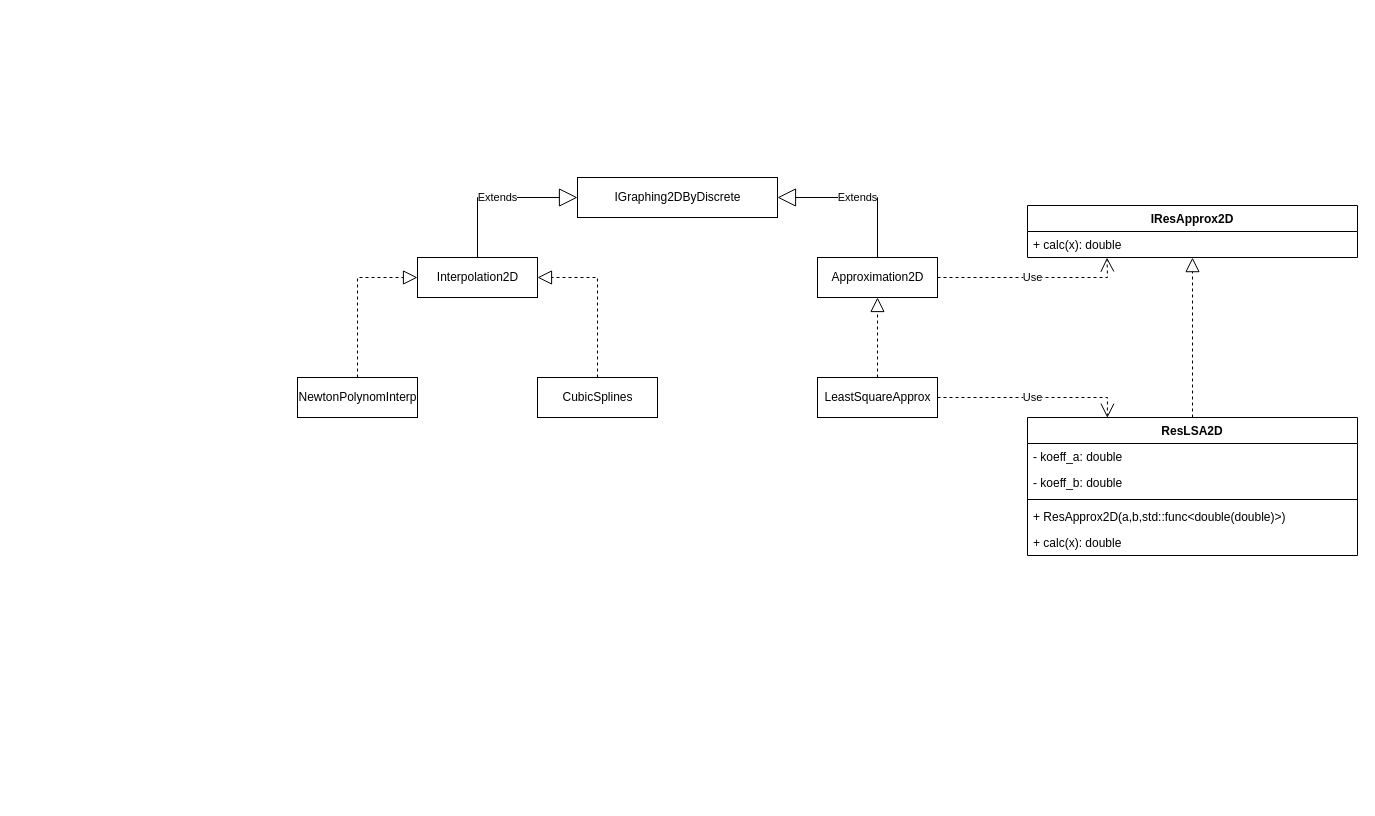
Above: ProjectDiagramm.drawio in Ulqiora/Interpolation_and_approximation (draw.io), before the change. Source tidied: cells renumbered, new cells numbered last; positions are measured from the earlier drawing's top-left corner, leaving out a move shared by most shapes. Both pictures are drawn from the tidied source at 100%, with x=0, y=0 at pixel (297, 177).
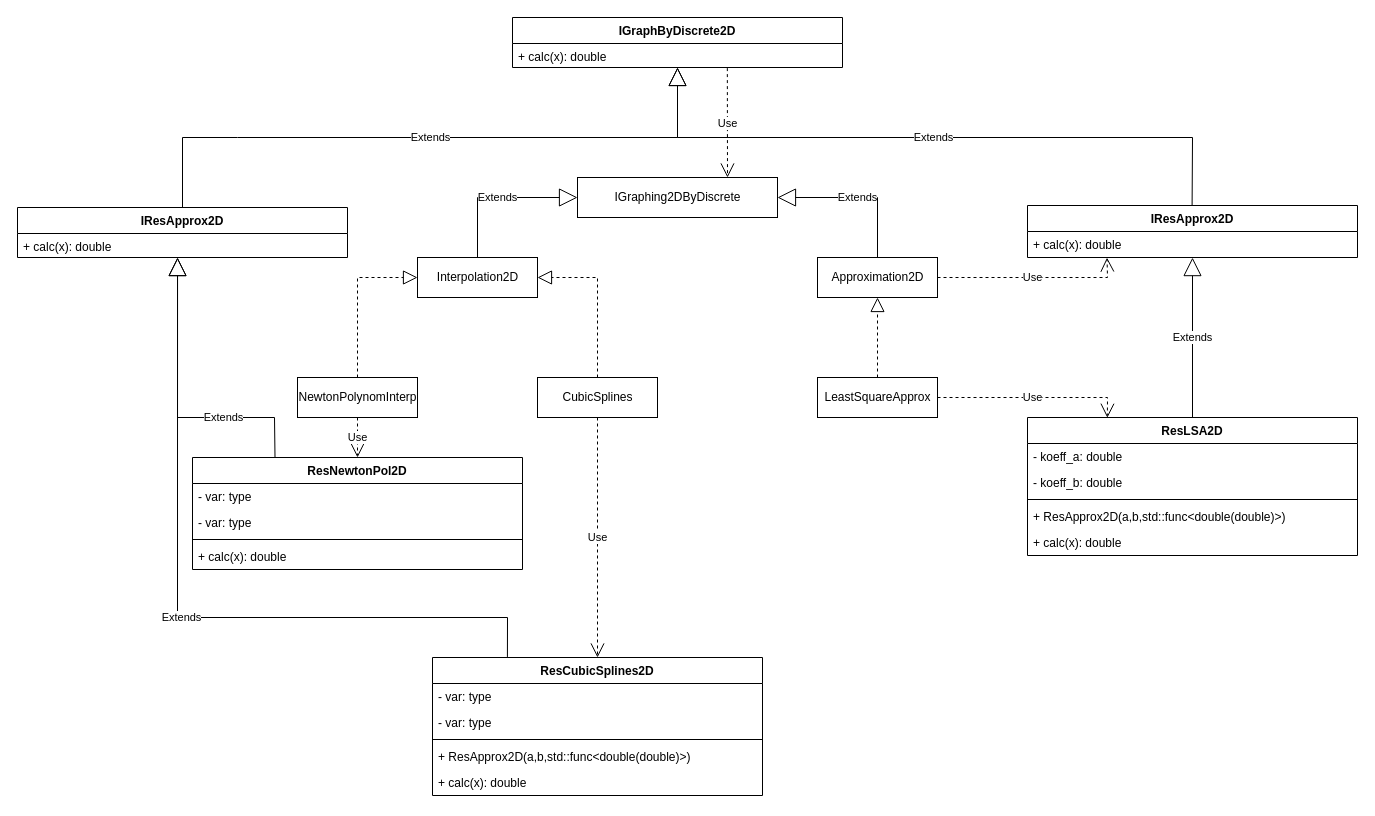
Above is the later version.

The change refers to these unchanged cells:
```xml
<mxCell id="2" value="IGraphing2DByDiscrete" style="html=1;" parent="1" vertex="1">
  <mxGeometry x="280" width="200" height="40" as="geometry" />
</mxCell>
<mxCell id="6" value="NewtonPolynomInterp" style="html=1;" parent="1" vertex="1">
  <mxGeometry y="200" width="120" height="40" as="geometry" />
</mxCell>
<mxCell id="9" value="CubicSplines" style="html=1;" parent="1" vertex="1">
  <mxGeometry x="240" y="200" width="120" height="40" as="geometry" />
</mxCell>
<mxCell id="13" value="ResLSA2D" style="swimlane;fontStyle=1;align=center;verticalAlign=top;horizontal=1;startSize=26;" parent="1" vertex="1">
  <mxGeometry x="730" y="240" width="330" height="138" as="geometry" />
</mxCell>
<mxCell id="21" value="+ calc(x): double" style="text;strokeColor=none;fillColor=none;align=left;verticalAlign=top;spacingLeft=4;spacingRight=4;overflow=hidden;points=[[0,0.5],[1,0.5]];portConstraint=eastwest;" parent="20" vertex="1">
  <mxGeometry y="26" width="330" height="26" as="geometry" />
</mxCell>
```

The edit, as a diff of the source:
```diff
@@
+    <mxCell id="24" value="IGraphByDiscrete2D" style="swimlane;fontStyle=1;align=center;verticalAlign=top;horizontal=1;startSize=26;" parent="1" vertex="1">
+      <mxGeometry x="215" y="-160" width="330" height="50" as="geometry" />
+    </mxCell>
+    <mxCell id="25" value="+ calc(x): double" style="text;strokeColor=none;fillColor=none;align=left;verticalAlign=top;spacingLeft=4;spacingRight=4;overflow=hidden;points=[[0,0.5],[1,0.5]];portConstraint=eastwest;" parent="24" vertex="1">
+      <mxGeometry y="26" width="330" height="24" as="geometry" />
+    </mxCell>
-    <mxCell id="23" style="endArrow=block;dashed=1;endFill=0;endSize=12;html=1;rounded=0;entryX=0.5;entryY=1.004;entryDx=0;entryDy=0;exitX=0.5;exitY=0;exitDx=0;exitDy=0;entryPerimeter=0;" parent="1" edge="1" source="13" target="21">
+    <mxCell id="23" value="Extends" style="endArrow=block;endSize=16;endFill=0;html=1;rounded=0;entryX=0.5;entryY=1.003;entryDx=0;entryDy=0;entryPerimeter=0;exitX=0.5;exitY=0;exitDx=0;exitDy=0;" parent="1" edge="1" source="13" target="21">
       <mxGeometry relative="1" as="geometry" />
     </mxCell>
+    <mxCell id="26" value="Extends" style="endArrow=block;endSize=16;endFill=0;html=1;rounded=0;entryX=0.5;entryY=0.999;entryDx=0;entryDy=0;entryPerimeter=0;exitX=0.5;exitY=0;exitDx=0;exitDy=0;" parent="1" edge="1" target="25">
+      <mxGeometry relative="1" as="geometry">
+        <mxPoint x="894.6" y="28" as="sourcePoint" />
+        <Array as="points">
+          <mxPoint x="895" y="-40" />
+          <mxPoint x="380" y="-40" />
+        </Array>
+      </mxGeometry>
+    </mxCell>
+    <mxCell id="27" value="ResNewtonPol2D" style="swimlane;fontStyle=1;align=center;verticalAlign=top;horizontal=1;startSize=26;" parent="1" vertex="1">
+      <mxGeometry x="-105" y="280" width="330" height="112" as="geometry" />
+    </mxCell>
+    <mxCell id="28" value="- var: type" style="text;strokeColor=none;fillColor=none;align=left;verticalAlign=top;spacingLeft=4;spacingRight=4;overflow=hidden;" parent="27" vertex="1">
+      <mxGeometry y="26" width="330" height="26" as="geometry" />
+    </mxCell>
+    <mxCell id="29" value="- var: type" style="text;strokeColor=none;fillColor=none;align=left;verticalAlign=top;spacingLeft=4;spacingRight=4;overflow=hidden;" parent="27" vertex="1">
+      <mxGeometry y="52" width="330" height="26" as="geometry" />
+    </mxCell>
+    <mxCell id="30" style="line;strokeWidth=1;fillColor=none;align=left;verticalAlign=middle;spacingTop=-1;spacingLeft=3;spacingRight=3;labelPosition=right;strokeColor=inherit;" parent="27" vertex="1">
+      <mxGeometry y="78" width="330" height="8" as="geometry" />
+    </mxCell>
+    <mxCell id="31" value="+ calc(x): double" style="text;strokeColor=none;fillColor=none;align=left;verticalAlign=top;spacingLeft=4;spacingRight=4;overflow=hidden;" parent="27" vertex="1">
+      <mxGeometry y="86" width="330" height="26" as="geometry" />
+    </mxCell>
+    <mxCell id="32" value="ResCubicSplines2D" style="swimlane;fontStyle=1;align=center;verticalAlign=top;horizontal=1;startSize=26;" parent="1" vertex="1">
+      <mxGeometry x="135" y="480" width="330" height="138" as="geometry" />
+    </mxCell>
+    <mxCell id="33" value="- var: type" style="text;strokeColor=none;fillColor=none;align=left;verticalAlign=top;spacingLeft=4;spacingRight=4;overflow=hidden;" parent="32" vertex="1">
+      <mxGeometry y="26" width="330" height="26" as="geometry" />
+    </mxCell>
+    <mxCell id="34" value="- var: type" style="text;strokeColor=none;fillColor=none;align=left;verticalAlign=top;spacingLeft=4;spacingRight=4;overflow=hidden;" parent="32" vertex="1">
+      <mxGeometry y="52" width="330" height="26" as="geometry" />
+    </mxCell>
+    <mxCell id="35" style="line;strokeWidth=1;fillColor=none;align=left;verticalAlign=middle;spacingTop=-1;spacingLeft=3;spacingRight=3;labelPosition=right;strokeColor=inherit;" parent="32" vertex="1">
+      <mxGeometry y="78" width="330" height="8" as="geometry" />
+    </mxCell>
+    <mxCell id="36" value="+ ResApprox2D(a,b,std::func&lt;double(double)&gt;)" style="text;strokeColor=none;fillColor=none;align=left;verticalAlign=top;spacingLeft=4;spacingRight=4;overflow=hidden;" parent="32" vertex="1">
+      <mxGeometry y="86" width="330" height="26" as="geometry" />
+    </mxCell>
+    <mxCell id="37" value="+ calc(x): double" style="text;strokeColor=none;fillColor=none;align=left;verticalAlign=top;spacingLeft=4;spacingRight=4;overflow=hidden;" parent="32" vertex="1">
+      <mxGeometry y="112" width="330" height="26" as="geometry" />
+    </mxCell>
+    <mxCell id="38" value="Use" style="endArrow=open;endSize=12;dashed=1;html=1;rounded=0;exitX=0.5;exitY=1;exitDx=0;exitDy=0;entryX=0.5;entryY=0;entryDx=0;entryDy=0;" parent="1" edge="1" source="9" target="32">
+      <mxGeometry relative="1" as="geometry" />
+    </mxCell>
+    <mxCell id="39" value="Use" style="endArrow=open;endSize=12;dashed=1;html=1;rounded=0;exitX=0.5;exitY=1;exitDx=0;exitDy=0;entryX=0.5;entryY=0;entryDx=0;entryDy=0;" parent="1" edge="1" source="6" target="27">
+      <mxGeometry relative="1" as="geometry" />
+    </mxCell>
+    <mxCell id="40" value="Use" style="endArrow=open;endSize=12;dashed=1;html=1;rounded=0;exitX=0.651;exitY=1.025;exitDx=0;exitDy=0;entryX=0.75;entryY=0;entryDx=0;entryDy=0;exitPerimeter=0;" parent="1" edge="1" source="25" target="2">
+      <mxGeometry relative="1" as="geometry" />
+    </mxCell>
+    <mxCell id="41" value="IResApprox2D" style="swimlane;fontStyle=1;align=center;verticalAlign=top;horizontal=1;startSize=26;" parent="1" vertex="1">
+      <mxGeometry x="-280" y="30" width="330" height="50" as="geometry" />
+    </mxCell>
+    <mxCell id="42" value="+ calc(x): double" style="text;strokeColor=none;fillColor=none;align=left;verticalAlign=top;spacingLeft=4;spacingRight=4;overflow=hidden;points=[[0,0.5],[1,0.5]];portConstraint=eastwest;" parent="41" vertex="1">
+      <mxGeometry y="26" width="330" height="24" as="geometry" />
+    </mxCell>
+    <mxCell id="43" value="Extends" style="endArrow=block;endSize=16;endFill=0;html=1;rounded=0;entryX=0.485;entryY=1.004;entryDx=0;entryDy=0;entryPerimeter=0;exitX=0.227;exitY=-0.004;exitDx=0;exitDy=0;exitPerimeter=0;" parent="1" edge="1" source="32" target="42">
+      <mxGeometry relative="1" as="geometry">
+        <Array as="points">
+          <mxPoint x="210" y="440" />
+          <mxPoint x="-120" y="440" />
+        </Array>
+      </mxGeometry>
+    </mxCell>
+    <mxCell id="44" value="Extends" style="endArrow=block;endSize=16;endFill=0;html=1;rounded=0;exitX=0.25;exitY=0;exitDx=0;exitDy=0;" parent="1" edge="1" source="27">
+      <mxGeometry x="-0.39" relative="1" as="geometry">
+        <mxPoint x="-120" y="80" as="targetPoint" />
+        <Array as="points">
+          <mxPoint x="-23" y="240" />
+          <mxPoint x="-120" y="240" />
+        </Array>
+      </mxGeometry>
+    </mxCell>
+    <mxCell id="45" value="Extends" style="endArrow=block;endSize=16;endFill=0;html=1;rounded=0;entryX=0.5;entryY=0.999;entryDx=0;entryDy=0;entryPerimeter=0;exitX=0.5;exitY=0;exitDx=0;exitDy=0;" parent="1" edge="1" source="41">
+      <mxGeometry relative="1" as="geometry">
+        <mxPoint x="380" y="-110" as="targetPoint" />
+        <Array as="points">
+          <mxPoint x="-115" y="-40" />
+          <mxPoint x="-60" y="-40" />
+          <mxPoint x="380" y="-40" />
+        </Array>
+      </mxGeometry>
+    </mxCell>
```
